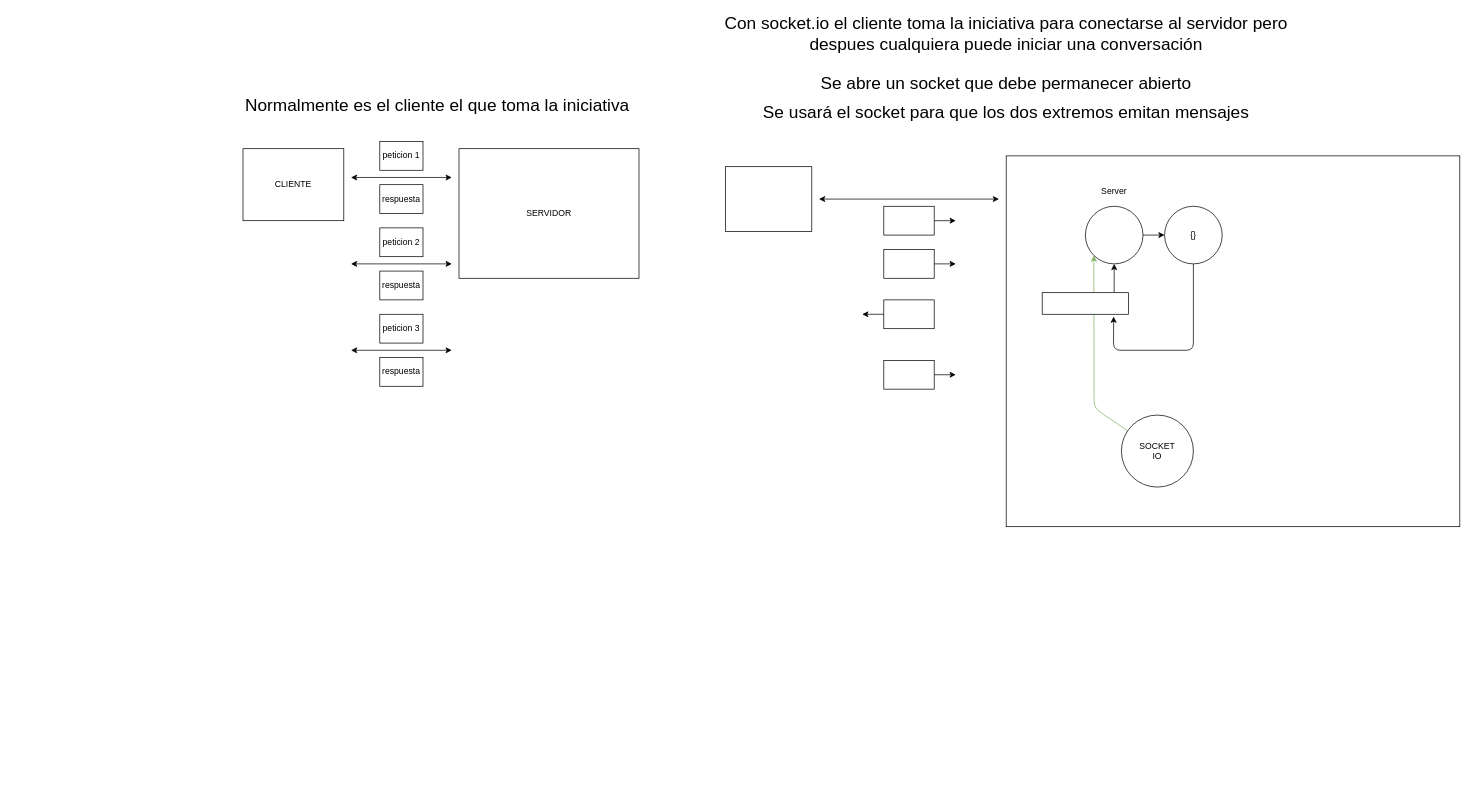
This is page "Página-63" (63 of 63) of Dibujillos.drawio from lrag/MEAN_2021, a draw.io file, before an edit. Source tidied: cells renumbered, new cells numbered last; positions are measured from the earlier drawing's top-left corner, leaving out a move shared by most shapes. Both pictures are drawn from the tidied source at 72%, with x=0, y=0 at pixel (221, 26).
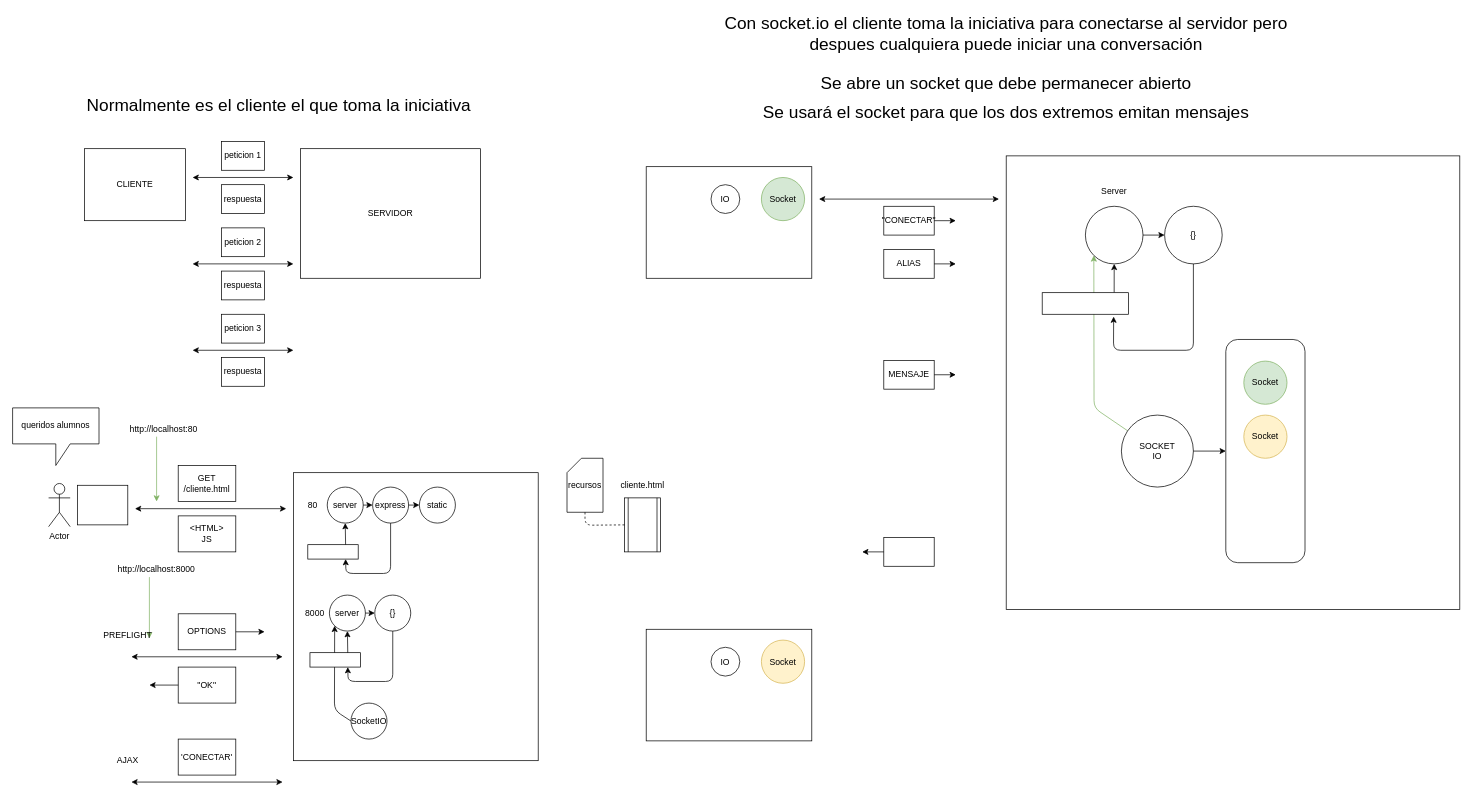
The same page after the edit.

Unchanged cells that the change refers to:
```xml
<mxCell id="36" value="SOCKET&lt;br&gt;IO" style="ellipse;whiteSpace=wrap;html=1;fillColor=none;" parent="1" vertex="1">
  <mxGeometry x="1250" y="540" width="100" height="100" as="geometry" />
</mxCell>
```

Diff of the diagram source:
```diff
@@
+    <mxCell id="37" style="endArrow=classic;html=1;exitX=0;exitY=0.5;exitDx=0;exitDy=0;entryX=0;entryY=1;entryDx=0;entryDy=0;" parent="1" edge="1" source="64" target="58">
+      <mxGeometry relative="1" as="geometry">
+        <Array as="points">
+          <mxPoint x="157" y="950" />
+        </Array>
+      </mxGeometry>
+    </mxCell>
+    <mxCell id="38" style="rounded=1;whiteSpace=wrap;html=1;fillColor=none;" parent="1" vertex="1">
+      <mxGeometry x="1395" y="435" width="110" height="310" as="geometry" />
+    </mxCell>
     <mxCell id="2" style="rounded=0;whiteSpace=wrap;html=1;fillColor=none;" parent="1" vertex="1">
-      <mxGeometry x="1090" y="180" width="630" height="515" as="geometry" />
+      <mxGeometry x="1090" y="180" width="630" height="630" as="geometry" />
     </mxCell>
@@
     <mxCell id="4" value="SERVIDOR" style="rounded=0;whiteSpace=wrap;html=1;" parent="1" vertex="1">
-      <mxGeometry x="330" y="170" width="250" height="180" as="geometry" />
+      <mxGeometry x="110" y="170" width="250" height="180" as="geometry" />
     </mxCell>
     <mxCell id="5" value="CLIENTE" style="rounded=0;whiteSpace=wrap;html=1;" parent="1" vertex="1">
-      <mxGeometry x="30" y="170" width="140" height="100" as="geometry" />
+      <mxGeometry x="-190" y="170" width="140" height="100" as="geometry" />
     </mxCell>
     <mxCell id="6" style="endArrow=classic;startArrow=classic;html=1;" parent="1" edge="1">
       <mxGeometry relative="1" as="geometry">
-        <mxPoint x="180" y="210" as="sourcePoint" />
-        <mxPoint x="320" y="210" as="targetPoint" />
+        <mxPoint x="-40" y="210" as="sourcePoint" />
+        <mxPoint x="100" y="210" as="targetPoint" />
       </mxGeometry>
     </mxCell>
     <mxCell id="7" value="peticion 1" style="rounded=0;whiteSpace=wrap;html=1;" parent="1" vertex="1">
-      <mxGeometry x="220" y="160" width="60" height="40" as="geometry" />
+      <mxGeometry y="160" width="60" height="40" as="geometry" />
     </mxCell>
     <mxCell id="8" value="respuesta" style="rounded=0;whiteSpace=wrap;html=1;" parent="1" vertex="1">
-      <mxGeometry x="220" y="220" width="60" height="40" as="geometry" />
+      <mxGeometry y="220" width="60" height="40" as="geometry" />
     </mxCell>
     <mxCell id="9" style="endArrow=classic;startArrow=classic;html=1;" parent="1" edge="1">
       <mxGeometry relative="1" as="geometry">
-        <mxPoint x="180" y="330" as="sourcePoint" />
-        <mxPoint x="320" y="330" as="targetPoint" />
+        <mxPoint x="-40" y="330" as="sourcePoint" />
+        <mxPoint x="100" y="330" as="targetPoint" />
       </mxGeometry>
     </mxCell>
     <mxCell id="10" value="peticion 2" style="rounded=0;whiteSpace=wrap;html=1;" parent="1" vertex="1">
-      <mxGeometry x="220" y="280" width="60" height="40" as="geometry" />
+      <mxGeometry y="280" width="60" height="40" as="geometry" />
     </mxCell>
     <mxCell id="11" value="respuesta" style="rounded=0;whiteSpace=wrap;html=1;" parent="1" vertex="1">
-      <mxGeometry x="220" y="340" width="60" height="40" as="geometry" />
+      <mxGeometry y="340" width="60" height="40" as="geometry" />
     </mxCell>
     <mxCell id="12" style="endArrow=classic;startArrow=classic;html=1;" parent="1" edge="1">
       <mxGeometry relative="1" as="geometry">
-        <mxPoint x="180" y="450" as="sourcePoint" />
-        <mxPoint x="320" y="450" as="targetPoint" />
+        <mxPoint x="-40" y="450" as="sourcePoint" />
+        <mxPoint x="100" y="450" as="targetPoint" />
       </mxGeometry>
     </mxCell>
     <mxCell id="13" value="peticion 3" style="rounded=0;whiteSpace=wrap;html=1;" parent="1" vertex="1">
-      <mxGeometry x="220" y="400" width="60" height="40" as="geometry" />
+      <mxGeometry y="400" width="60" height="40" as="geometry" />
     </mxCell>
     <mxCell id="14" value="respuesta" style="rounded=0;whiteSpace=wrap;html=1;" parent="1" vertex="1">
-      <mxGeometry x="220" y="460" width="60" height="40" as="geometry" />
+      <mxGeometry y="460" width="60" height="40" as="geometry" />
     </mxCell>
     <mxCell id="15" value="&lt;font style=&quot;font-size: 24px&quot;&gt;Normalmente es el cliente el que toma la iniciativa&lt;/font&gt;" style="text;html=1;strokeColor=none;fillColor=none;align=center;verticalAlign=middle;whiteSpace=wrap;rounded=0;" parent="1" vertex="1">
-      <mxGeometry y="100" width="600" height="20" as="geometry" />
+      <mxGeometry x="-220" y="100" width="600" height="20" as="geometry" />
     </mxCell>
     <mxCell id="16" style="rounded=0;whiteSpace=wrap;html=1;" parent="1" vertex="1">
-      <mxGeometry x="700" y="195" width="120" height="90" as="geometry" />
+      <mxGeometry x="590" y="195" width="230" height="155" as="geometry" />
     </mxCell>
@@
-    <mxCell id="21" style="rounded=0;whiteSpace=wrap;html=1;" parent="1" vertex="1">
+    <mxCell id="21" value="&quot;CONECTAR&quot;" style="rounded=0;whiteSpace=wrap;html=1;" parent="1" vertex="1">
       <mxGeometry x="920" y="250" width="70" height="40" as="geometry" />
     </mxCell>
@@
     <mxCell id="23" style="rounded=0;whiteSpace=wrap;html=1;" parent="1" vertex="1">
-      <mxGeometry x="920" y="380" width="70" height="40" as="geometry" />
+      <mxGeometry x="920" y="710" width="70" height="40" as="geometry" />
     </mxCell>
     <mxCell id="24" style="endArrow=classic;html=1;exitX=0;exitY=0.5;exitDx=0;exitDy=0;" parent="1" edge="1" source="23">
       <mxGeometry relative="1" as="geometry">
-        <mxPoint x="890" y="400" as="targetPoint" />
+        <mxPoint x="890" y="730" as="targetPoint" />
       </mxGeometry>
     </mxCell>
-    <mxCell id="25" style="rounded=0;whiteSpace=wrap;html=1;" parent="1" vertex="1">
+    <mxCell id="25" value="ALIAS" style="rounded=0;whiteSpace=wrap;html=1;" parent="1" vertex="1">
       <mxGeometry x="920" y="310" width="70" height="40" as="geometry" />
     </mxCell>
@@
-    <mxCell id="27" style="rounded=0;whiteSpace=wrap;html=1;" parent="1" vertex="1">
+    <mxCell id="27" value="MENSAJE" style="rounded=0;whiteSpace=wrap;html=1;" parent="1" vertex="1">
       <mxGeometry x="920" y="464" width="70" height="40" as="geometry" />
     </mxCell>
@@
+    <mxCell id="39" style="edgeStyle=orthogonalEdgeStyle;rounded=0;jettySize=auto;html=1;exitX=1;exitY=0.5;exitDx=0;exitDy=0;" parent="1" edge="1" source="36" target="38">
+      <mxGeometry relative="1" as="geometry" />
+    </mxCell>
@@
+    <mxCell id="40" value="IO" style="ellipse;whiteSpace=wrap;html=1;fillColor=#ffffff;" parent="1" vertex="1">
+      <mxGeometry x="680" y="220" width="40" height="40" as="geometry" />
+    </mxCell>
+    <mxCell id="41" value="Socket" style="ellipse;whiteSpace=wrap;html=1;fillColor=#d5e8d4;strokeColor=#82b366;" parent="1" vertex="1">
+      <mxGeometry x="750" y="210" width="60" height="60" as="geometry" />
+    </mxCell>
+    <mxCell id="42" value="Socket" style="ellipse;whiteSpace=wrap;html=1;fillColor=#d5e8d4;strokeColor=#82b366;" parent="1" vertex="1">
+      <mxGeometry x="1420" y="465" width="60" height="60" as="geometry" />
+    </mxCell>
+    <mxCell id="43" style="rounded=0;whiteSpace=wrap;html=1;fillColor=none;" parent="1" vertex="1">
+      <mxGeometry x="100" y="620" width="340" height="400" as="geometry" />
+    </mxCell>
+    <mxCell id="44" style="edgeStyle=orthogonalEdgeStyle;rounded=0;jettySize=auto;html=1;exitX=1;exitY=0.5;exitDx=0;exitDy=0;entryX=0;entryY=0.5;entryDx=0;entryDy=0;" parent="1" edge="1" source="45" target="48">
+      <mxGeometry relative="1" as="geometry" />
+    </mxCell>
+    <mxCell id="45" value="server" style="ellipse;whiteSpace=wrap;html=1;fillColor=none;" parent="1" vertex="1">
+      <mxGeometry x="147" y="640" width="50" height="50" as="geometry" />
+    </mxCell>
+    <mxCell id="46" style="rounded=0;whiteSpace=wrap;html=1;fillColor=none;" parent="1" vertex="1">
+      <mxGeometry x="120" y="720" width="70" height="20" as="geometry" />
+    </mxCell>
+    <mxCell id="47" style="edgeStyle=orthogonalEdgeStyle;rounded=0;jettySize=auto;html=1;exitX=1;exitY=0.5;exitDx=0;exitDy=0;entryX=0;entryY=0.5;entryDx=0;entryDy=0;" parent="1" edge="1" source="48" target="52">
+      <mxGeometry relative="1" as="geometry" />
+    </mxCell>
+    <mxCell id="48" value="express" style="ellipse;whiteSpace=wrap;html=1;fillColor=none;" parent="1" vertex="1">
+      <mxGeometry x="210" y="640" width="50" height="50" as="geometry" />
+    </mxCell>
+    <mxCell id="49" style="endArrow=classic;html=1;exitX=0.5;exitY=1;exitDx=0;exitDy=0;entryX=0.75;entryY=1;entryDx=0;entryDy=0;" parent="1" edge="1" source="48" target="46">
+      <mxGeometry relative="1" as="geometry">
+        <Array as="points">
+          <mxPoint x="235" y="760" />
+          <mxPoint x="173" y="760" />
+        </Array>
+      </mxGeometry>
+    </mxCell>
+    <mxCell id="50" style="endArrow=classic;html=1;entryX=0.5;entryY=1;entryDx=0;entryDy=0;exitX=0.75;exitY=0;exitDx=0;exitDy=0;" parent="1" edge="1" source="46" target="45">
+      <mxGeometry relative="1" as="geometry" />
+    </mxCell>
+    <mxCell id="51" value="80" style="text;html=1;strokeColor=none;fillColor=none;align=center;verticalAlign=middle;whiteSpace=wrap;rounded=0;" parent="1" vertex="1">
+      <mxGeometry x="107" y="655" width="40" height="20" as="geometry" />
+    </mxCell>
+    <mxCell id="52" value="static" style="ellipse;whiteSpace=wrap;html=1;fillColor=none;" parent="1" vertex="1">
+      <mxGeometry x="275" y="640" width="50" height="50" as="geometry" />
+    </mxCell>
+    <mxCell id="53" value="recursos" style="shape=card;whiteSpace=wrap;html=1;fillColor=none;size=20;" parent="1" vertex="1">
+      <mxGeometry x="480" y="600" width="50" height="75" as="geometry" />
+    </mxCell>
+    <mxCell id="54" style="shape=process;whiteSpace=wrap;html=1;backgroundOutline=1;fillColor=none;" parent="1" vertex="1">
+      <mxGeometry x="560" y="655" width="50" height="75" as="geometry" />
+    </mxCell>
+    <mxCell id="55" value="cliente.html" style="text;html=1;strokeColor=none;fillColor=none;align=center;verticalAlign=middle;whiteSpace=wrap;rounded=0;" parent="1" vertex="1">
+      <mxGeometry x="565" y="628" width="40" height="20" as="geometry" />
+    </mxCell>
+    <mxCell id="56" style="endArrow=none;dashed=1;html=1;exitX=0.5;exitY=1;exitDx=0;exitDy=0;exitPerimeter=0;entryX=0;entryY=0.5;entryDx=0;entryDy=0;" parent="1" edge="1" source="53" target="54">
+      <mxGeometry relative="1" as="geometry">
+        <Array as="points">
+          <mxPoint x="505" y="693" />
+        </Array>
+      </mxGeometry>
+    </mxCell>
+    <mxCell id="57" style="edgeStyle=orthogonalEdgeStyle;rounded=0;jettySize=auto;html=1;exitX=1;exitY=0.5;exitDx=0;exitDy=0;entryX=0;entryY=0.5;entryDx=0;entryDy=0;" parent="1" edge="1" source="58" target="60">
+      <mxGeometry relative="1" as="geometry" />
+    </mxCell>
+    <mxCell id="58" value="server" style="ellipse;whiteSpace=wrap;html=1;fillColor=none;" parent="1" vertex="1">
+      <mxGeometry x="150" y="790" width="50" height="50" as="geometry" />
+    </mxCell>
+    <mxCell id="59" style="rounded=0;whiteSpace=wrap;html=1;" parent="1" vertex="1">
+      <mxGeometry x="123" y="870" width="70" height="20" as="geometry" />
+    </mxCell>
+    <mxCell id="60" value="{}" style="ellipse;whiteSpace=wrap;html=1;fillColor=none;" parent="1" vertex="1">
+      <mxGeometry x="213" y="790" width="50" height="50" as="geometry" />
+    </mxCell>
+    <mxCell id="61" style="endArrow=classic;html=1;exitX=0.5;exitY=1;exitDx=0;exitDy=0;entryX=0.75;entryY=1;entryDx=0;entryDy=0;" parent="1" edge="1" source="60" target="59">
+      <mxGeometry relative="1" as="geometry">
+        <Array as="points">
+          <mxPoint x="238" y="910" />
+          <mxPoint x="176" y="910" />
+        </Array>
+      </mxGeometry>
+    </mxCell>
+    <mxCell id="62" style="endArrow=classic;html=1;entryX=0.5;entryY=1;entryDx=0;entryDy=0;exitX=0.75;exitY=0;exitDx=0;exitDy=0;" parent="1" edge="1" source="59" target="58">
+      <mxGeometry relative="1" as="geometry" />
+    </mxCell>
+    <mxCell id="63" value="8000" style="text;html=1;strokeColor=none;fillColor=none;align=center;verticalAlign=middle;whiteSpace=wrap;rounded=0;" parent="1" vertex="1">
+      <mxGeometry x="110" y="805" width="40" height="20" as="geometry" />
+    </mxCell>
+    <mxCell id="64" value="SocketIO" style="ellipse;whiteSpace=wrap;html=1;fillColor=none;" parent="1" vertex="1">
+      <mxGeometry x="180" y="940" width="50" height="50" as="geometry" />
+    </mxCell>
+    <mxCell id="65" style="rounded=0;whiteSpace=wrap;html=1;fillColor=#ffffff;" parent="1" vertex="1">
+      <mxGeometry x="-200" y="637.5" width="70" height="55" as="geometry" />
+    </mxCell>
+    <mxCell id="66" value="Actor" style="shape=umlActor;verticalLabelPosition=bottom;verticalAlign=top;html=1;fillColor=#ffffff;" parent="1" vertex="1">
+      <mxGeometry x="-240" y="635" width="30" height="60" as="geometry" />
+    </mxCell>
+    <mxCell id="67" value="queridos alumnos" style="shape=callout;whiteSpace=wrap;html=1;perimeter=calloutPerimeter;fillColor=#ffffff;" parent="1" vertex="1">
+      <mxGeometry x="-290" y="530" width="120" height="80" as="geometry" />
+    </mxCell>
+    <mxCell id="68" style="endArrow=classic;startArrow=classic;html=1;" parent="1" edge="1">
+      <mxGeometry relative="1" as="geometry">
+        <mxPoint x="-120" y="670" as="sourcePoint" />
+        <mxPoint x="90" y="670" as="targetPoint" />
+      </mxGeometry>
+    </mxCell>
+    <mxCell id="69" value="GET /cliente.html" style="rounded=0;whiteSpace=wrap;html=1;fillColor=#ffffff;" parent="1" vertex="1">
+      <mxGeometry x="-60" y="610" width="80" height="50" as="geometry" />
+    </mxCell>
+    <mxCell id="70" value="http://localhost:80" style="text;html=1;strokeColor=none;fillColor=none;align=center;verticalAlign=middle;whiteSpace=wrap;rounded=0;" parent="1" vertex="1">
+      <mxGeometry x="-100" y="550" width="40" height="20" as="geometry" />
+    </mxCell>
+    <mxCell id="71" style="endArrow=classic;html=1;exitX=0.25;exitY=1;exitDx=0;exitDy=0;fillColor=#d5e8d4;strokeColor=#82b366;" parent="1" edge="1" source="70">
+      <mxGeometry relative="1" as="geometry">
+        <mxPoint x="-90" y="660" as="targetPoint" />
+      </mxGeometry>
+    </mxCell>
+    <mxCell id="72" value="&amp;lt;HTML&amp;gt;&lt;br&gt;JS" style="rounded=0;whiteSpace=wrap;html=1;fillColor=#ffffff;" parent="1" vertex="1">
+      <mxGeometry x="-60" y="680" width="80" height="50" as="geometry" />
+    </mxCell>
+    <mxCell id="73" style="endArrow=classic;startArrow=classic;html=1;" parent="1" edge="1">
+      <mxGeometry relative="1" as="geometry">
+        <mxPoint x="-125" y="1049.7" as="sourcePoint" />
+        <mxPoint x="85" y="1049.7" as="targetPoint" />
+      </mxGeometry>
+    </mxCell>
+    <mxCell id="74" value="http://localhost:8000" style="text;html=1;strokeColor=none;fillColor=none;align=center;verticalAlign=middle;whiteSpace=wrap;rounded=0;" parent="1" vertex="1">
+      <mxGeometry x="-110" y="745" width="40" height="20" as="geometry" />
+    </mxCell>
+    <mxCell id="75" style="endArrow=classic;html=1;exitX=0.25;exitY=1;exitDx=0;exitDy=0;fillColor=#d5e8d4;strokeColor=#82b366;" parent="1" edge="1" source="74">
+      <mxGeometry relative="1" as="geometry">
+        <mxPoint x="-100" y="850" as="targetPoint" />
+      </mxGeometry>
+    </mxCell>
+    <mxCell id="76" value="'CONECTAR'" style="rounded=0;whiteSpace=wrap;html=1;fillColor=#ffffff;" parent="1" vertex="1">
+      <mxGeometry x="-60" y="990" width="80" height="50" as="geometry" />
+    </mxCell>
+    <mxCell id="77" value="AJAX" style="text;html=1;strokeColor=none;fillColor=none;align=center;verticalAlign=middle;whiteSpace=wrap;rounded=0;" parent="1" vertex="1">
+      <mxGeometry x="-150" y="1010" width="40" height="20" as="geometry" />
+    </mxCell>
+    <mxCell id="78" style="endArrow=classic;startArrow=classic;html=1;" parent="1" edge="1">
+      <mxGeometry relative="1" as="geometry">
+        <mxPoint x="-125" y="875.7" as="sourcePoint" />
+        <mxPoint x="85" y="875.7" as="targetPoint" />
+      </mxGeometry>
+    </mxCell>
+    <mxCell id="79" value="OPTIONS" style="rounded=0;whiteSpace=wrap;html=1;fillColor=#ffffff;" parent="1" vertex="1">
+      <mxGeometry x="-60" y="816" width="80" height="50" as="geometry" />
+    </mxCell>
+    <mxCell id="80" value="PREFLIGHT" style="text;html=1;strokeColor=none;fillColor=none;align=center;verticalAlign=middle;whiteSpace=wrap;rounded=0;" parent="1" vertex="1">
+      <mxGeometry x="-150" y="836" width="40" height="20" as="geometry" />
+    </mxCell>
+    <mxCell id="81" value="&quot;OK&quot;" style="rounded=0;whiteSpace=wrap;html=1;fillColor=#ffffff;" parent="1" vertex="1">
+      <mxGeometry x="-60" y="890" width="80" height="50" as="geometry" />
+    </mxCell>
+    <mxCell id="82" style="endArrow=classic;html=1;exitX=1;exitY=0.5;exitDx=0;exitDy=0;" parent="1" edge="1" source="79">
+      <mxGeometry relative="1" as="geometry">
+        <mxPoint x="60" y="841" as="targetPoint" />
+      </mxGeometry>
+    </mxCell>
+    <mxCell id="83" style="endArrow=classic;html=1;exitX=0;exitY=0.5;exitDx=0;exitDy=0;" parent="1" edge="1" source="81">
+      <mxGeometry relative="1" as="geometry">
+        <mxPoint x="-100" y="915" as="targetPoint" />
+      </mxGeometry>
+    </mxCell>
+    <mxCell id="84" value="Socket" style="ellipse;whiteSpace=wrap;html=1;fillColor=#fff2cc;strokeColor=#d6b656;" parent="1" vertex="1">
+      <mxGeometry x="1420" y="540" width="60" height="60" as="geometry" />
+    </mxCell>
+    <mxCell id="85" style="rounded=0;whiteSpace=wrap;html=1;" parent="1" vertex="1">
+      <mxGeometry x="590" y="837.5" width="230" height="155" as="geometry" />
+    </mxCell>
+    <mxCell id="86" value="IO" style="ellipse;whiteSpace=wrap;html=1;fillColor=#ffffff;" parent="1" vertex="1">
+      <mxGeometry x="680" y="862.5" width="40" height="40" as="geometry" />
+    </mxCell>
+    <mxCell id="87" value="Socket" style="ellipse;whiteSpace=wrap;html=1;fillColor=#fff2cc;strokeColor=#d6b656;" parent="1" vertex="1">
+      <mxGeometry x="750" y="852.5" width="60" height="60" as="geometry" />
+    </mxCell>
```
